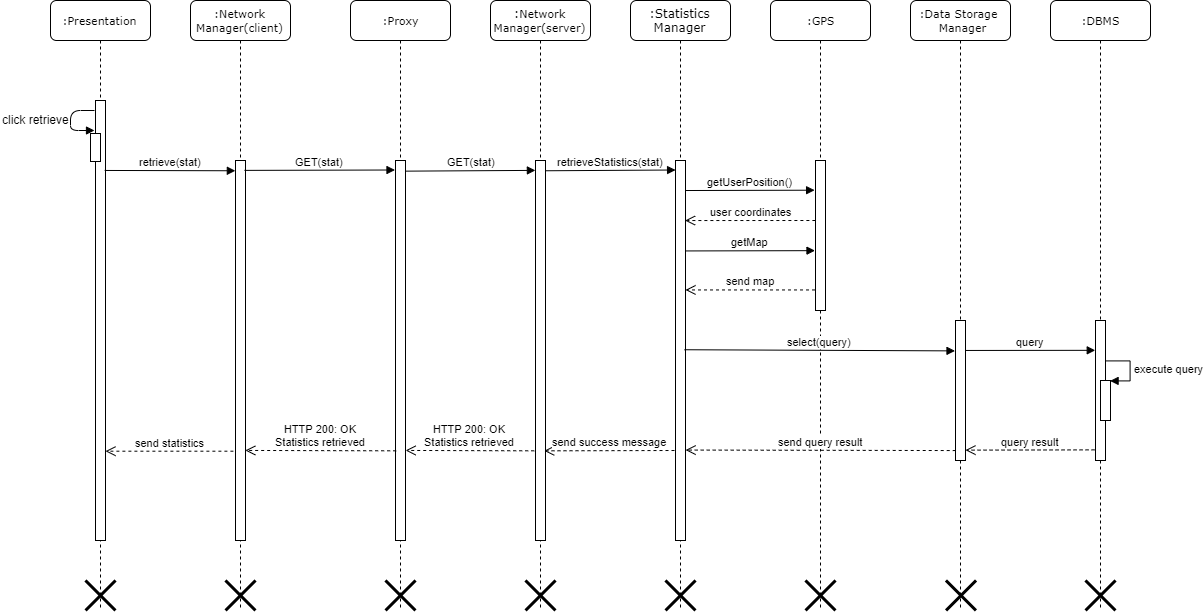
Above: DD/img/sequence_diagrams/Retrieve_Statistics.png in dariomiceli3/SafeStreet (draw.io), before the change. Source tidied: cells renumbered, new cells last; positions are measured from the earlier drawing's top-left corner, leaving out a move shared by most shapes.
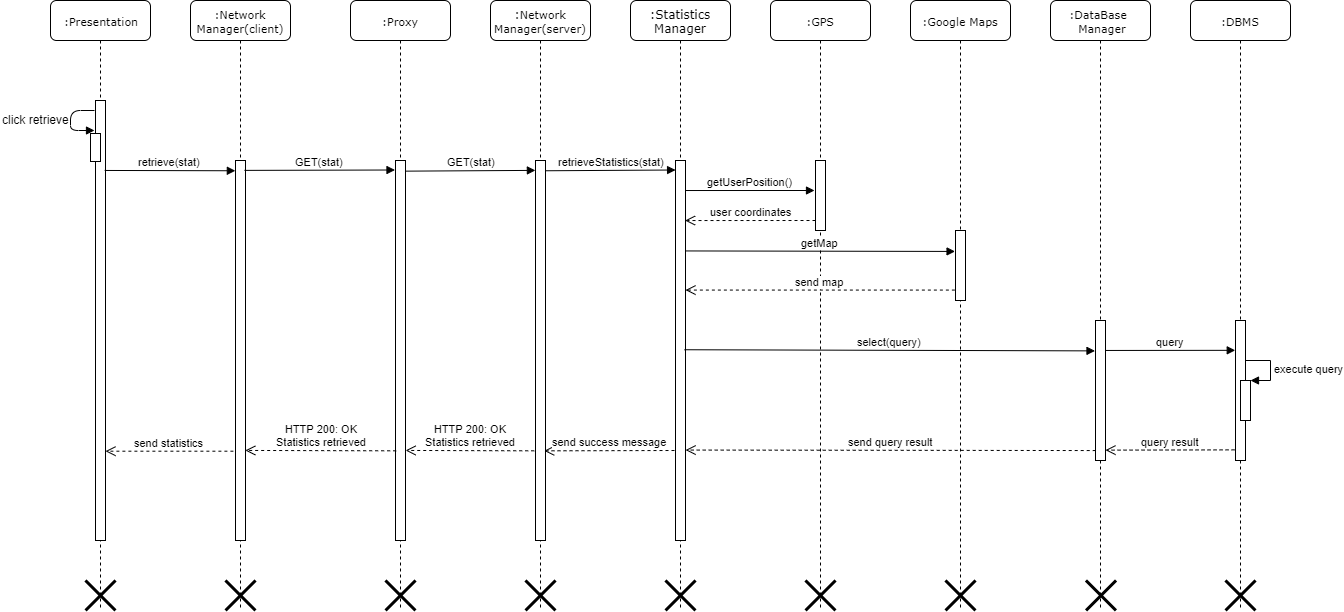
Above is the later version.

The edit, as a diff of the source:
```diff
@@ -30,7 +30,7 @@
       <mxGeometry x="770" width="100" height="610" as="geometry" />
     </mxCell>
     <mxCell id="11" style="html=1;points=[];perimeter=orthogonalPerimeter;rounded=0;shadow=0;comic=0;labelBackgroundColor=none;strokeColor=#000000;strokeWidth=1;fillColor=#FFFFFF;fontFamily=Verdana;fontSize=12;fontColor=#000000;align=center;" parent="10" vertex="1">
-      <mxGeometry x="45" y="160" width="10" height="150" as="geometry" />
+      <mxGeometry x="45" y="160" width="10" height="70" as="geometry" />
     </mxCell>
     <mxCell id="12" value="&lt;font style=&quot;font-size: 11px&quot;&gt;:Presentation&lt;/font&gt;" style="shape=umlLifeline;perimeter=lifelinePerimeter;whiteSpace=wrap;html=1;rounded=1;shadow=0;comic=0;labelBackgroundColor=none;strokeWidth=1;fontFamily=Verdana;fontSize=12;align=center;" parent="1" vertex="1">
       <mxGeometry x="50" width="100" height="610" as="geometry" />
@@ -44,14 +44,14 @@
     <mxCell id="15" style="shape=umlDestroy;whiteSpace=wrap;html=1;strokeWidth=3;" parent="12" vertex="1">
       <mxGeometry x="615" y="580" width="30" height="30" as="geometry" />
     </mxCell>
-    <mxCell id="16" value="&lt;font style=&quot;font-size: 11px&quot;&gt;:Data Storage&amp;nbsp;&lt;br&gt;&amp;nbsp;Manager&lt;/font&gt;" style="shape=umlLifeline;perimeter=lifelinePerimeter;whiteSpace=wrap;html=1;rounded=1;shadow=0;comic=0;labelBackgroundColor=none;strokeWidth=1;fontFamily=Verdana;fontSize=12;align=center;" parent="1" vertex="1">
-      <mxGeometry x="910" width="100" height="610" as="geometry" />
+    <mxCell id="16" value="&lt;font style=&quot;font-size: 11px&quot;&gt;:DataBase&amp;nbsp;&lt;br&gt;&amp;nbsp;Manager&lt;/font&gt;" style="shape=umlLifeline;perimeter=lifelinePerimeter;whiteSpace=wrap;html=1;rounded=1;shadow=0;comic=0;labelBackgroundColor=none;strokeWidth=1;fontFamily=Verdana;fontSize=12;align=center;" parent="1" vertex="1">
+      <mxGeometry x="1050" width="100" height="610" as="geometry" />
     </mxCell>
     <mxCell id="17" style="html=1;points=[];perimeter=orthogonalPerimeter;rounded=0;shadow=0;comic=0;labelBackgroundColor=none;strokeColor=#000000;strokeWidth=1;fillColor=#FFFFFF;fontFamily=Verdana;fontSize=12;fontColor=#000000;align=center;" parent="16" vertex="1">
       <mxGeometry x="45" y="320" width="10" height="140" as="geometry" />
     </mxCell>
     <mxCell id="18" value="&lt;font style=&quot;font-size: 11px&quot;&gt;:DBMS&lt;/font&gt;" style="shape=umlLifeline;perimeter=lifelinePerimeter;whiteSpace=wrap;html=1;rounded=1;shadow=0;comic=0;labelBackgroundColor=none;strokeWidth=1;fontFamily=Verdana;fontSize=12;align=center;" parent="1" vertex="1">
-      <mxGeometry x="1050" width="100" height="610" as="geometry" />
+      <mxGeometry x="1190" width="100" height="610" as="geometry" />
     </mxCell>
     <mxCell id="19" style="html=1;points=[];perimeter=orthogonalPerimeter;rounded=0;shadow=0;comic=0;labelBackgroundColor=none;strokeColor=#000000;strokeWidth=1;fillColor=#FFFFFF;fontFamily=Verdana;fontSize=12;fontColor=#000000;align=center;" parent="18" vertex="1">
       <mxGeometry x="45" y="320" width="10" height="140" as="geometry" />
@@ -97,10 +97,10 @@
       <mxGeometry x="805" y="580" width="30" height="30" as="geometry" />
     </mxCell>
     <mxCell id="29" style="shape=umlDestroy;whiteSpace=wrap;html=1;strokeWidth=3;direction=south;" parent="1" vertex="1">
-      <mxGeometry x="945.5" y="580" width="30" height="30" as="geometry" />
+      <mxGeometry x="1085.5" y="580" width="30" height="30" as="geometry" />
     </mxCell>
     <mxCell id="30" style="shape=umlDestroy;whiteSpace=wrap;html=1;strokeWidth=3;" parent="1" vertex="1">
-      <mxGeometry x="1085" y="580" width="30" height="30" as="geometry" />
+      <mxGeometry x="1225" y="580" width="30" height="30" as="geometry" />
     </mxCell>
     <mxCell id="31" value="GET(stat)" style="html=1;verticalAlign=bottom;endArrow=block;exitX=1.08;exitY=0.028;exitDx=0;exitDy=0;exitPerimeter=0;entryX=-0.012;entryY=0.026;entryDx=0;entryDy=0;entryPerimeter=0;" parent="1" edge="1" source="5" target="7">
       <mxGeometry relative="1" as="geometry" />
@@ -125,16 +125,20 @@
     <mxCell id="37" value="retrieveStatistics(stat)" style="html=1;verticalAlign=bottom;endArrow=block;exitX=1.076;exitY=0.027;exitDx=0;exitDy=0;exitPerimeter=0;entryX=0.008;entryY=0.025;entryDx=0;entryDy=0;entryPerimeter=0;" parent="1" edge="1" source="7" target="9">
       <mxGeometry relative="1" as="geometry" />
     </mxCell>
-    <mxCell id="38" value="getUserPosition()" style="html=1;verticalAlign=bottom;endArrow=block;exitX=1.017;exitY=0.079;exitDx=0;exitDy=0;exitPerimeter=0;entryX=-0.089;entryY=0.198;entryDx=0;entryDy=0;entryPerimeter=0;" parent="1" edge="1" source="9" target="11">
-      <mxGeometry relative="1" as="geometry" />
+    <mxCell id="38" value="getUserPosition()" style="html=1;verticalAlign=bottom;endArrow=block;exitX=1.017;exitY=0.079;exitDx=0;exitDy=0;exitPerimeter=0;" parent="1" edge="1" source="9">
+      <mxGeometry relative="1" as="geometry">
+        <mxPoint x="814" y="190" as="targetPoint" />
+      </mxGeometry>
     </mxCell>
-    <mxCell id="39" value="user coordinates" style="html=1;verticalAlign=bottom;endArrow=open;dashed=1;endSize=8;exitX=-0.012;exitY=0.4;exitDx=0;exitDy=0;exitPerimeter=0;entryX=0.959;entryY=0.158;entryDx=0;entryDy=0;entryPerimeter=0;" parent="1" edge="1" source="11" target="9">
-      <mxGeometry relative="1" as="geometry" />
+    <mxCell id="39" value="user coordinates" style="html=1;verticalAlign=bottom;endArrow=open;dashed=1;endSize=8;entryX=0.959;entryY=0.158;entryDx=0;entryDy=0;entryPerimeter=0;" parent="1" edge="1" target="9">
+      <mxGeometry relative="1" as="geometry">
+        <mxPoint x="815" y="220" as="sourcePoint" />
+      </mxGeometry>
     </mxCell>
-    <mxCell id="40" value="getMap" style="html=1;verticalAlign=bottom;endArrow=block;exitX=0.998;exitY=0.238;exitDx=0;exitDy=0;exitPerimeter=0;entryX=-0.05;entryY=0.601;entryDx=0;entryDy=0;entryPerimeter=0;" parent="1" edge="1" source="9" target="11">
+    <mxCell id="40" value="getMap" style="html=1;verticalAlign=bottom;endArrow=block;exitX=0.998;exitY=0.238;exitDx=0;exitDy=0;exitPerimeter=0;entryX=-0.044;entryY=0.299;entryDx=0;entryDy=0;entryPerimeter=0;" parent="1" edge="1" source="9" target="48">
       <mxGeometry relative="1" as="geometry" />
     </mxCell>
-    <mxCell id="41" value="send map" style="html=1;verticalAlign=bottom;endArrow=open;dashed=1;endSize=8;exitX=-0.049;exitY=0.863;exitDx=0;exitDy=0;exitPerimeter=0;" parent="1" edge="1" source="11" target="9">
+    <mxCell id="41" value="send map" style="html=1;verticalAlign=bottom;endArrow=open;dashed=1;endSize=8;exitX=-0.063;exitY=0.851;exitDx=0;exitDy=0;exitPerimeter=0;" parent="1" edge="1" source="48" target="9">
       <mxGeometry relative="1" as="geometry" />
     </mxCell>
     <mxCell id="42" value="select(query)" style="html=1;verticalAlign=bottom;endArrow=block;entryX=-0.049;entryY=0.217;entryDx=0;entryDy=0;entryPerimeter=0;exitX=0.9;exitY=0.498;exitDx=0;exitDy=0;exitPerimeter=0;" parent="1" edge="1" source="9" target="17">
@@ -152,5 +156,14 @@
     <mxCell id="46" value="send statistics" style="html=1;verticalAlign=bottom;endArrow=open;dashed=1;endSize=8;exitX=-0.211;exitY=0.765;exitDx=0;exitDy=0;exitPerimeter=0;" parent="1" edge="1" source="3" target="13">
       <mxGeometry relative="1" as="geometry" />
     </mxCell>
+    <mxCell id="47" value="&lt;font style=&quot;font-size: 11px&quot;&gt;:Google Maps&lt;br&gt;&lt;/font&gt;" style="shape=umlLifeline;perimeter=lifelinePerimeter;whiteSpace=wrap;html=1;rounded=1;shadow=0;comic=0;labelBackgroundColor=none;strokeWidth=1;fontFamily=Verdana;fontSize=12;align=center;" parent="1" vertex="1">
+      <mxGeometry x="910" width="100" height="610" as="geometry" />
+    </mxCell>
+    <mxCell id="48" style="html=1;points=[];perimeter=orthogonalPerimeter;rounded=0;shadow=0;comic=0;labelBackgroundColor=none;strokeColor=#000000;strokeWidth=1;fillColor=#FFFFFF;fontFamily=Verdana;fontSize=12;fontColor=#000000;align=center;" parent="47" vertex="1">
+      <mxGeometry x="45" y="230" width="10" height="70" as="geometry" />
+    </mxCell>
+    <mxCell id="49" style="shape=umlDestroy;whiteSpace=wrap;html=1;strokeWidth=3;" parent="1" vertex="1">
+      <mxGeometry x="945" y="580" width="30" height="30" as="geometry" />
+    </mxCell>
   </root>
 </mxGraphModel>
```
